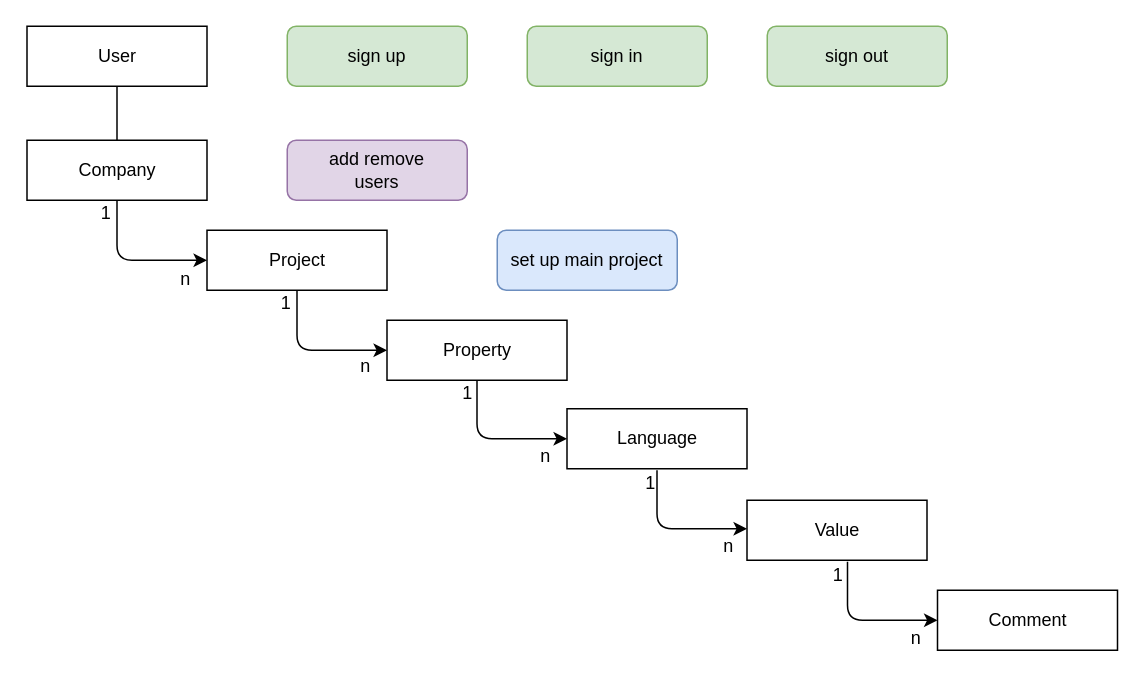
Above: docs/diagrams/create.drawio in DallaValle/SuperLocalizer (draw.io), before the change. Source tidied: cells renumbered, new cells numbered last; positions are measured from the earlier drawing's top-left corner, leaving out a move shared by most shapes. Both pictures are drawn from the tidied source at 150%, with x=0, y=0 at pixel (26, 26).
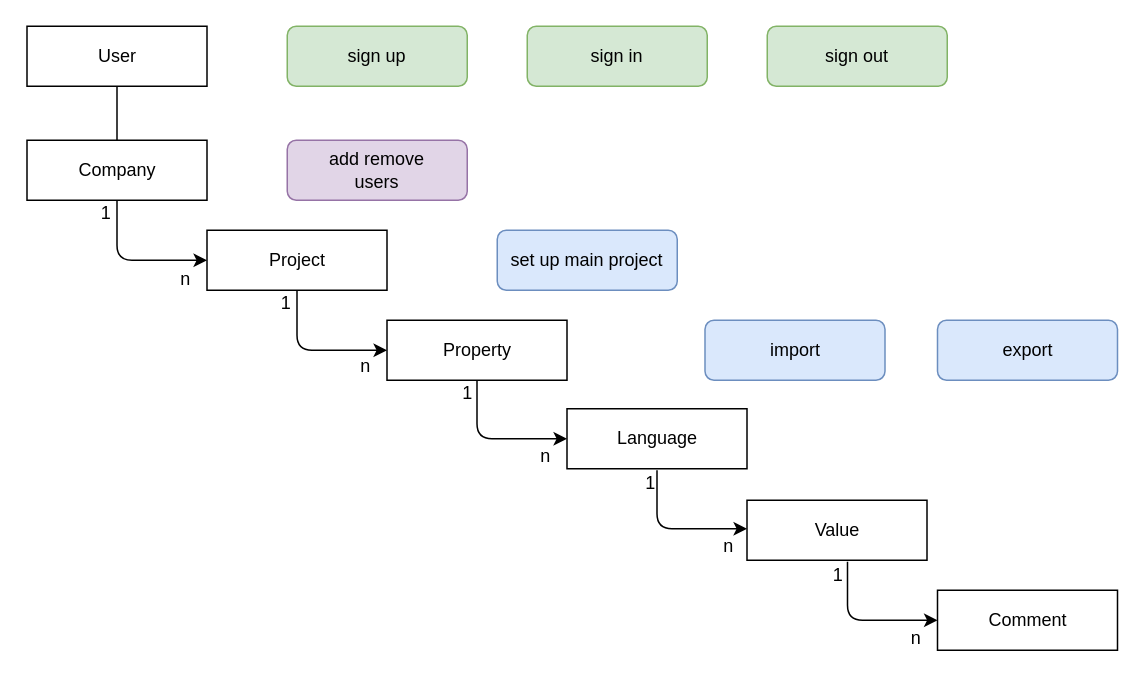
The same diagram, later.

Diff of the diagram source:
```diff
@@
+    <mxCell id="30" value="import" style="whiteSpace=wrap;html=1;rounded=1;fillColor=#dae8fc;strokeColor=#6c8ebf;" parent="1" vertex="1">
+      <mxGeometry x="452.5" y="196" width="120" height="40" as="geometry" />
+    </mxCell>
+    <mxCell id="31" value="export" style="whiteSpace=wrap;html=1;rounded=1;fillColor=#dae8fc;strokeColor=#6c8ebf;" parent="1" vertex="1">
+      <mxGeometry x="607.5" y="196" width="120" height="40" as="geometry" />
+    </mxCell>
```
